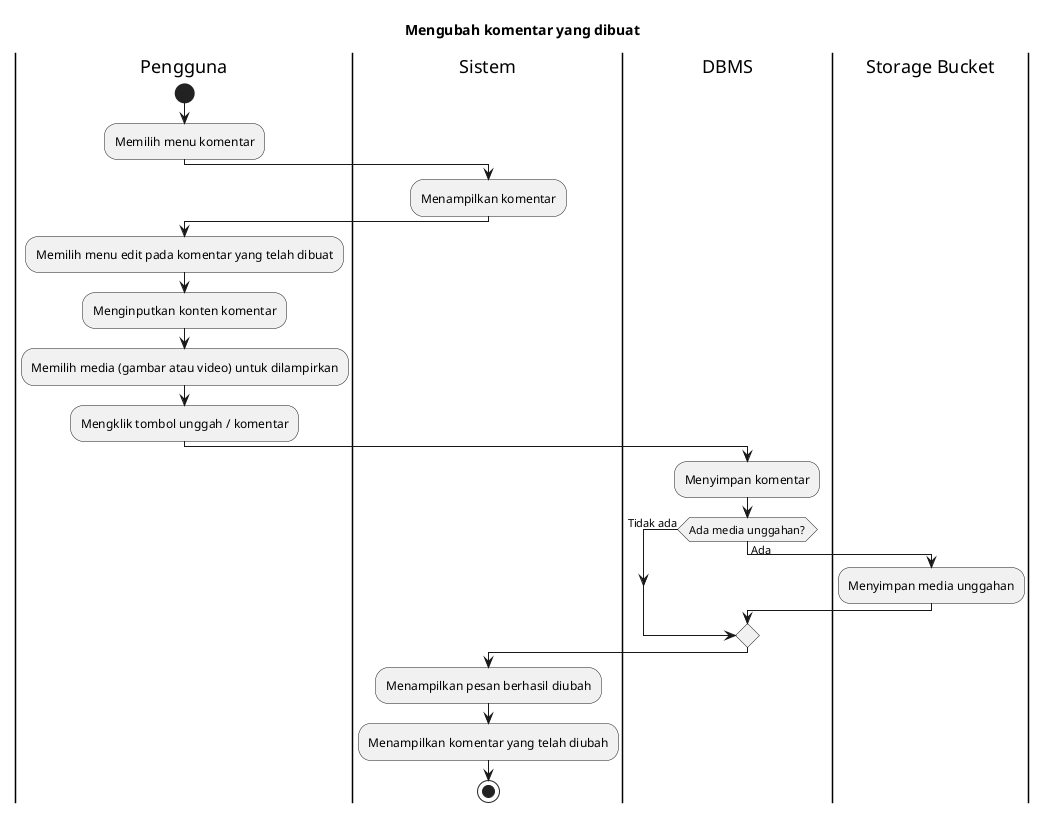
Before: export/Activity Diagrams/UC-MAP - Peta Bencana/UC-MAP-013 - Mengubah komentar yang dibuat.png, a diagram exported from PlantUML (bagusNA/appl-diagrams). The source it was exported from:
```plantuml
@startuml
title Mengubah komentar yang dibuat

|Pengguna|
start
:Memilih menu komentar;

|Sistem|
:Menampilkan komentar;

|Pengguna|
:Memilih menu edit pada komentar yang telah dibuat;
:Menginputkan konten komentar;
:Memilih media (gambar atau video) untuk dilampirkan;
:Mengklik tombol unggah / komentar;

|DBMS|
:Menyimpan komentar;

if (Ada media unggahan?) then (Tidak ada)
else (Ada)
|Storage Bucket|
:Menyimpan media unggahan;
endif

|Sistem|
:Menampilkan pesan berhasil diubah;
:Menampilkan komentar yang telah diubah;

stop
@enduml
```
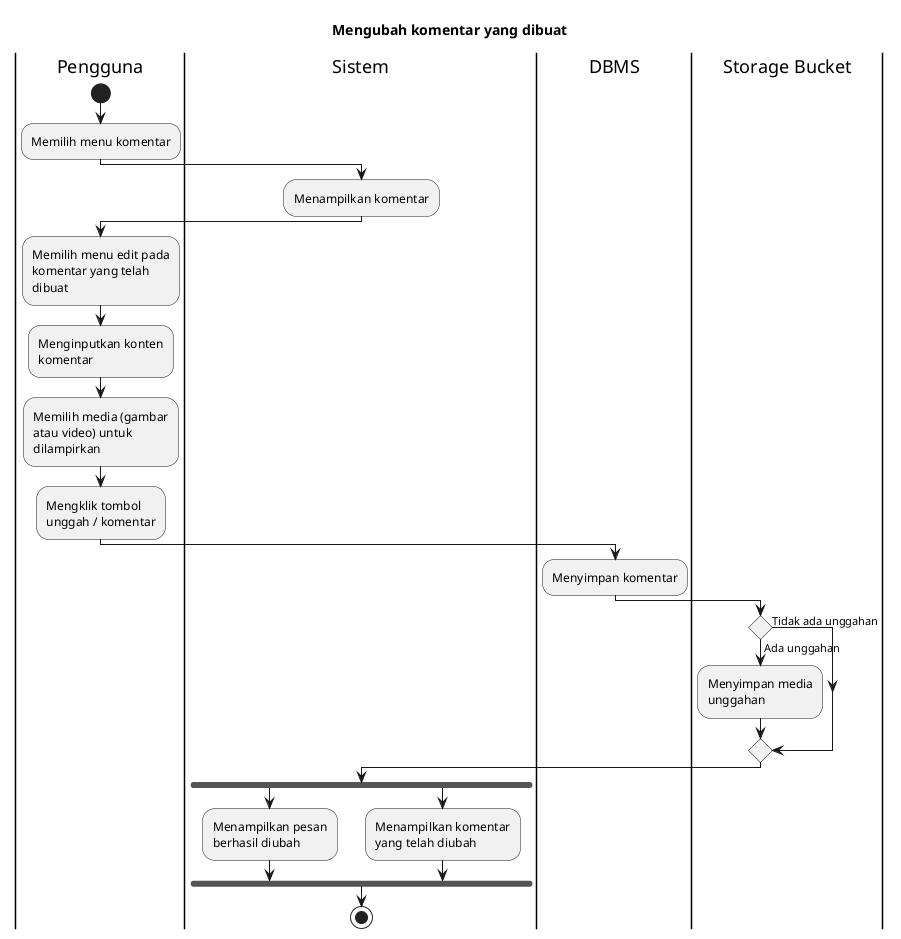
After the commit.

Diff of the diagram source:
```diff
@@ -1,4 +1,6 @@
 @startuml
+skinparam wrapWidth 140
+
 title Mengubah komentar yang dibuat
 
 |Pengguna|
@@ -17,15 +19,18 @@
 |DBMS|
 :Menyimpan komentar;
 
-if (Ada media unggahan?) then (Tidak ada)
-else (Ada)
 |Storage Bucket|
+if () then (Tidak ada unggahan)
+else (Ada unggahan)
 :Menyimpan media unggahan;
 endif
 
 |Sistem|
-:Menampilkan pesan berhasil diubah;
-:Menampilkan komentar yang telah diubah;
+fork
+  :Menampilkan pesan berhasil diubah;
+fork again
+  :Menampilkan komentar yang telah diubah;
+endfork
 
 stop
 @enduml
```
